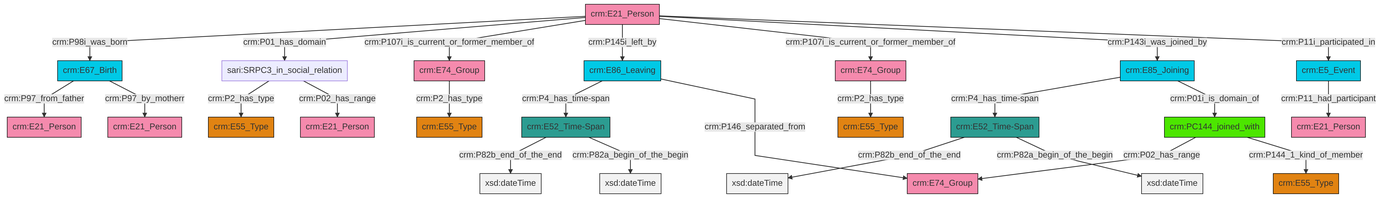
The Mermaid diagram et/personCSV/ttl/mmd/png/Person_Actor_Relations.png in swiss-art-research-net/docs.swissartresearch, before a commit. Its source is kept beside it as et/personCSV/ttl/mmd/Person_Actor_Relations.ttl.mmd.
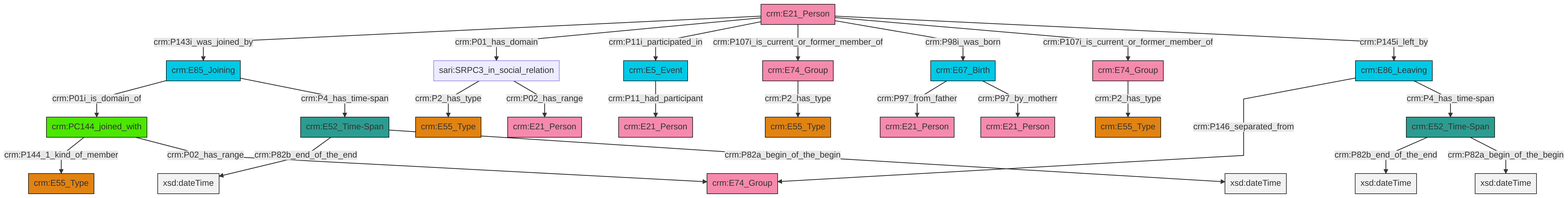
The same diagram one commit later.

The edit, as a diff of the source:
```diff
@@ -13,27 +13,27 @@
 classDef PC_Classes fill:#4ce600, stroke:#000000;
 classDef Multi fill:#cccccc,stroke:#000000;
 
-2["crm:E52_Time-Span"]:::Time-Span -->|crm:P82b_end_of_the_end| 4[xsd:dateTime]:::Literal
-7["crm:E67_Birth"]:::Temporal_Entity -->|crm:P97_from_father| 5["crm:E21_Person"]:::Actor
-8["crm:E86_Leaving"]:::Temporal_Entity -->|crm:P4_has_time-span| 2["crm:E52_Time-Span"]:::Time-Span
-9["crm:E21_Person"]:::Actor -->|crm:P98i_was_born| 7["crm:E67_Birth"]:::Temporal_Entity
-9["crm:E21_Person"]:::Actor -->|crm:P01_has_domain| 10["sari:SRPC3_in_social_relation"]:::Default
-15["crm:PC144_joined_with"]:::PC_Classes -->|crm:P02_has_range| 16["crm:E74_Group"]:::Actor
-10["sari:SRPC3_in_social_relation"]:::Default -->|crm:P2_has_type| 19["crm:E55_Type"]:::Type
-15["crm:PC144_joined_with"]:::PC_Classes -->|crm:P144_1_kind_of_member| 11["crm:E55_Type"]:::Type
-2["crm:E52_Time-Span"]:::Time-Span -->|crm:P82a_begin_of_the_begin| 23[xsd:dateTime]:::Literal
-24["crm:E52_Time-Span"]:::Time-Span -->|crm:P82b_end_of_the_end| 25[xsd:dateTime]:::Literal
-9["crm:E21_Person"]:::Actor -->|crm:P107i_is_current_or_former_member_of| 13["crm:E74_Group"]:::Actor
-9["crm:E21_Person"]:::Actor -->|crm:P145i_left_by| 8["crm:E86_Leaving"]:::Temporal_Entity
-9["crm:E21_Person"]:::Actor -->|crm:P107i_is_current_or_former_member_of| 27["crm:E74_Group"]:::Actor
-9["crm:E21_Person"]:::Actor -->|crm:P143i_was_joined_by| 17["crm:E85_Joining"]:::Temporal_Entity
-10["sari:SRPC3_in_social_relation"]:::Default -->|crm:P02_has_range| 33["crm:E21_Person"]:::Actor
-9["crm:E21_Person"]:::Actor -->|crm:P11i_participated_in| 34["crm:E5_Event"]:::Temporal_Entity
-8["crm:E86_Leaving"]:::Temporal_Entity -->|crm:P146_separated_from| 16["crm:E74_Group"]:::Actor
-34["crm:E5_Event"]:::Temporal_Entity -->|crm:P11_had_participant| 0["crm:E21_Person"]:::Actor
-13["crm:E74_Group"]:::Actor -->|crm:P2_has_type| 35["crm:E55_Type"]:::Type
-24["crm:E52_Time-Span"]:::Time-Span -->|crm:P82a_begin_of_the_begin| 43[xsd:dateTime]:::Literal
-7["crm:E67_Birth"]:::Temporal_Entity -->|crm:P97_by_motherr| 30["crm:E21_Person"]:::Actor
-27["crm:E74_Group"]:::Actor -->|crm:P2_has_type| 21["crm:E55_Type"]:::Type
-17["crm:E85_Joining"]:::Temporal_Entity -->|crm:P4_has_time-span| 24["crm:E52_Time-Span"]:::Time-Span
-17["crm:E85_Joining"]:::Temporal_Entity -->|crm:P01i_is_domain_of| 15["crm:PC144_joined_with"]:::PC_Classes
+0["sari:SRPC3_in_social_relation"]:::Default -->|crm:P2_has_type| 1["crm:E55_Type"]:::Type
+5["crm:E86_Leaving"]:::Temporal_Entity -->|crm:P146_separated_from| 6["crm:E74_Group"]:::Actor
+10["crm:E85_Joining"]:::Temporal_Entity -->|crm:P01i_is_domain_of| 11["crm:PC144_joined_with"]:::PC_Classes
+12["crm:E21_Person"]:::Actor -->|crm:P143i_was_joined_by| 10["crm:E85_Joining"]:::Temporal_Entity
+11["crm:PC144_joined_with"]:::PC_Classes -->|crm:P144_1_kind_of_member| 8["crm:E55_Type"]:::Type
+12["crm:E21_Person"]:::Actor -->|crm:P01_has_domain| 0["sari:SRPC3_in_social_relation"]:::Default
+17["crm:E52_Time-Span"]:::Time-Span -->|crm:P82b_end_of_the_end| 18[xsd:dateTime]:::Literal
+23["crm:E52_Time-Span"]:::Time-Span -->|crm:P82b_end_of_the_end| 24[xsd:dateTime]:::Literal
+5["crm:E86_Leaving"]:::Temporal_Entity -->|crm:P4_has_time-span| 23["crm:E52_Time-Span"]:::Time-Span
+29["crm:E74_Group"]:::Actor -->|crm:P2_has_type| 13["crm:E55_Type"]:::Type
+10["crm:E85_Joining"]:::Temporal_Entity -->|crm:P4_has_time-span| 17["crm:E52_Time-Span"]:::Time-Span
+23["crm:E52_Time-Span"]:::Time-Span -->|crm:P82a_begin_of_the_begin| 30[xsd:dateTime]:::Literal
+32["crm:E74_Group"]:::Actor -->|crm:P2_has_type| 15["crm:E55_Type"]:::Type
+12["crm:E21_Person"]:::Actor -->|crm:P11i_participated_in| 19["crm:E5_Event"]:::Temporal_Entity
+12["crm:E21_Person"]:::Actor -->|crm:P107i_is_current_or_former_member_of| 29["crm:E74_Group"]:::Actor
+19["crm:E5_Event"]:::Temporal_Entity -->|crm:P11_had_participant| 3["crm:E21_Person"]:::Actor
+0["sari:SRPC3_in_social_relation"]:::Default -->|crm:P02_has_range| 25["crm:E21_Person"]:::Actor
+21["crm:E67_Birth"]:::Temporal_Entity -->|crm:P97_from_father| 35["crm:E21_Person"]:::Actor
+21["crm:E67_Birth"]:::Temporal_Entity -->|crm:P97_by_motherr| 41["crm:E21_Person"]:::Actor
+12["crm:E21_Person"]:::Actor -->|crm:P98i_was_born| 21["crm:E67_Birth"]:::Temporal_Entity
+12["crm:E21_Person"]:::Actor -->|crm:P107i_is_current_or_former_member_of| 32["crm:E74_Group"]:::Actor
+12["crm:E21_Person"]:::Actor -->|crm:P145i_left_by| 5["crm:E86_Leaving"]:::Temporal_Entity
+17["crm:E52_Time-Span"]:::Time-Span -->|crm:P82a_begin_of_the_begin| 45[xsd:dateTime]:::Literal
+11["crm:PC144_joined_with"]:::PC_Classes -->|crm:P02_has_range| 6["crm:E74_Group"]:::Actor
```
